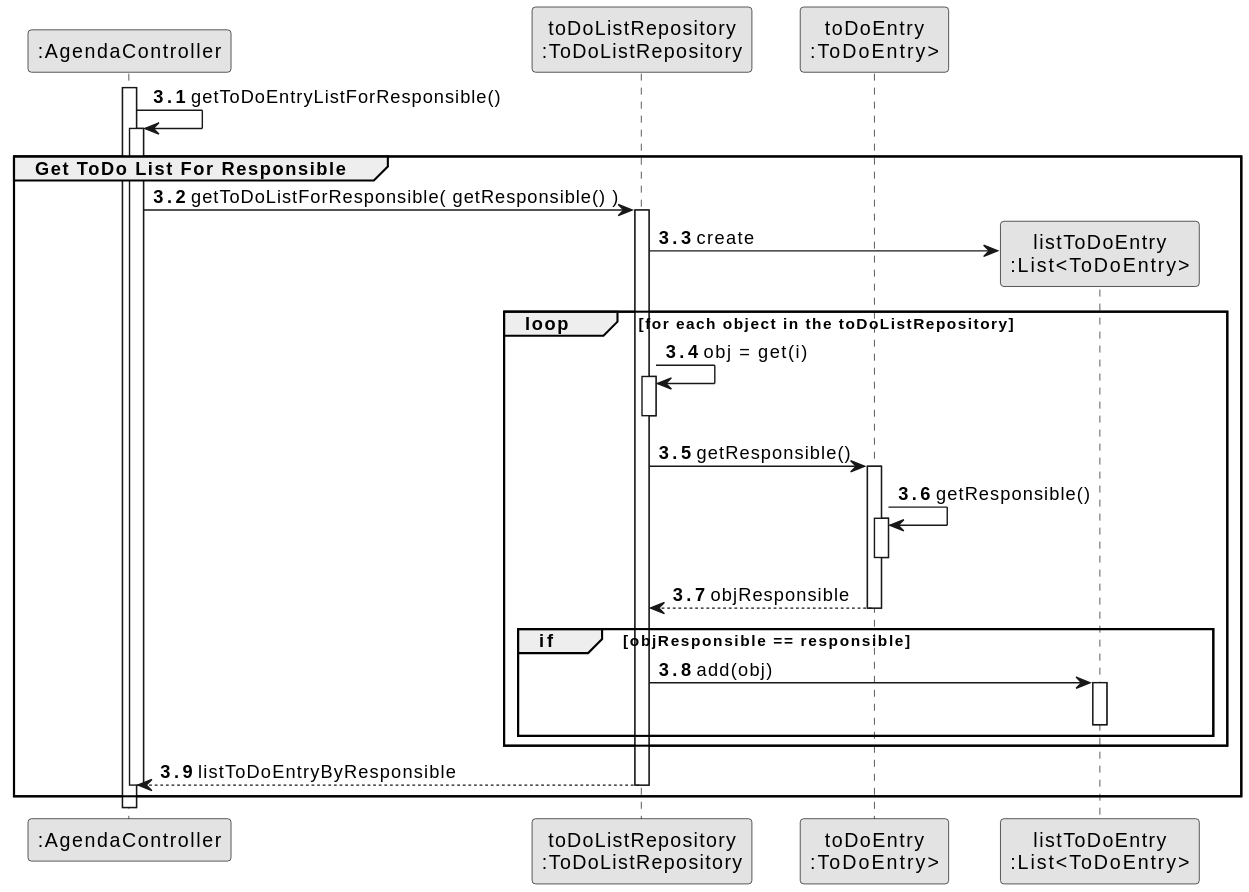
The PlantUML diagram docs/sprintC/us022/03.design/svg/us022-sequence-diagram-partial-get-ToDo-list-for-responsible.svg in SAEmanuel/Green_Spaces_Management_ISEP, before a commit.
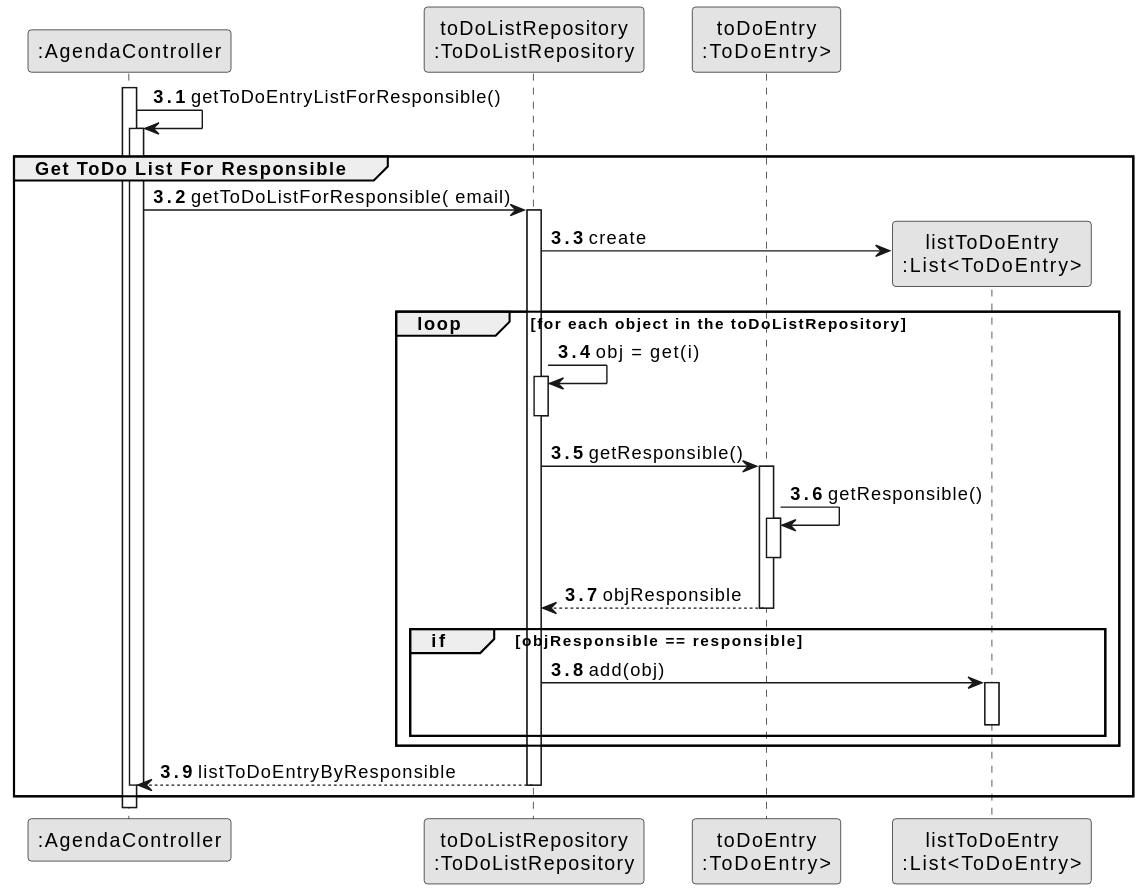
After the change.

Change to the diagram source:
```diff
@@ -21,7 +21,7 @@
     group Get ToDo List For Responsible
     activate CTRL
 
-             CTRL -> toDoListRepository: getToDoListForResponsible( getResponsible() )
+             CTRL -> toDoListRepository: getToDoListForResponsible( email)
                             activate toDoListRepository
 
                                    toDoListRepository -> listToDo** : create
```
